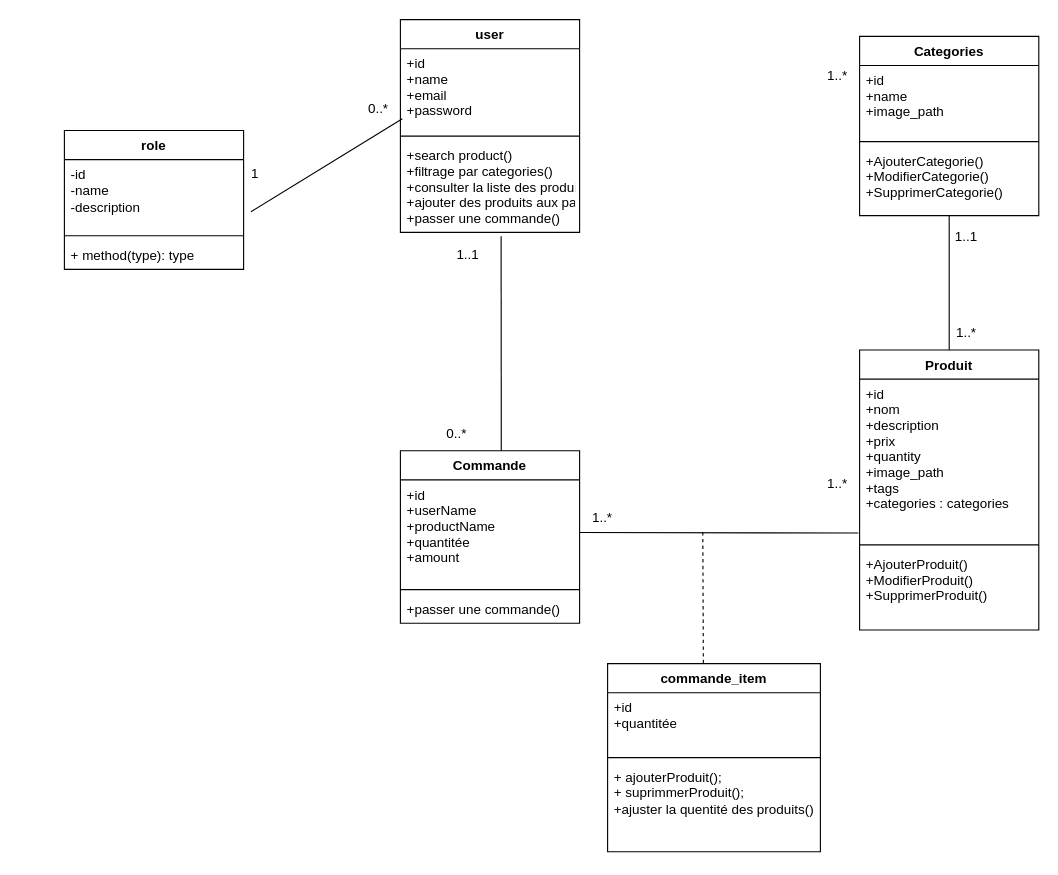
The draw.io diagram page "Page-1" (1 of 2) of conception/conception.drawio in AmeksaKhadija/YouShope-Backend, before the edit. Source tidied: cells renumbered, new cells numbered last; positions are measured from the earlier drawing's top-left corner, leaving out a move shared by most shapes. Both pictures are drawn from the tidied source at 112%, with x=0, y=0 at pixel (64, 19).
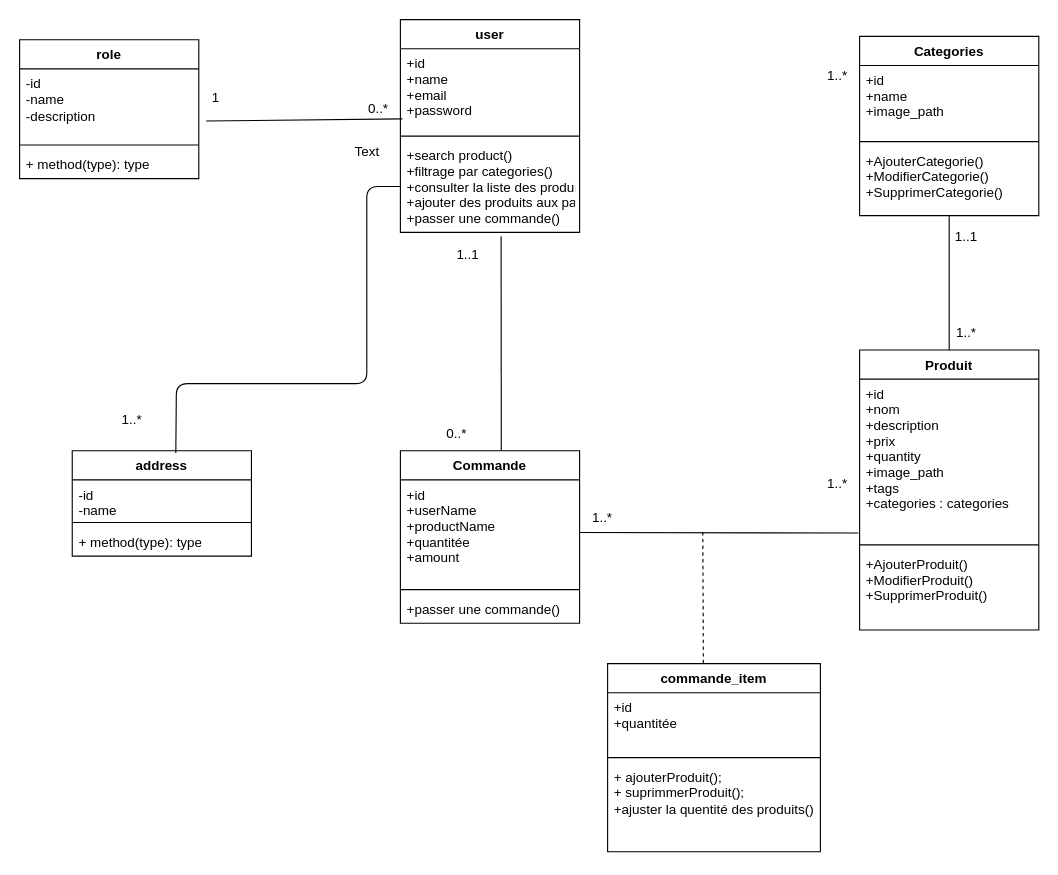
The same page after the edit.

Unchanged cells that the change refers to:
```xml
<mxCell id="17" value="+search product()&#10;+filtrage par categories()&#10;+consulter la liste des produits()&#10;+ajouter des produits aux panier()&#10;+passer une commande()" style="text;strokeColor=none;fillColor=none;align=left;verticalAlign=top;spacingLeft=4;spacingRight=4;overflow=hidden;points=[[0,0.5],[1,0.5]];portConstraint=eastwest;" parent="14" vertex="1">
  <mxGeometry y="108" width="160" height="82" as="geometry" />
</mxCell>
```

The edit, as a diff of the source:
```diff
@@
     <mxCell id="33" value="role" style="swimlane;fontStyle=1;align=center;verticalAlign=top;horizontal=1;startSize=26;whiteSpace=wrap;html=1;" parent="1" vertex="1">
-      <mxGeometry y="99" width="160" height="124" as="geometry" />
+      <mxGeometry x="-40" y="18" width="160" height="124" as="geometry" />
     </mxCell>
@@
     <mxCell id="38" value="1" style="text;html=1;align=center;verticalAlign=middle;strokeColor=none;fillColor=none;" parent="1" vertex="1">
-      <mxGeometry x="155" y="123" width="30" height="30" as="geometry" />
+      <mxGeometry x="120" y="55" width="30" height="30" as="geometry" />
     </mxCell>
@@
+    <mxCell id="40" value="address" style="swimlane;fontStyle=1;align=center;verticalAlign=top;horizontal=1;startSize=26;whiteSpace=wrap;html=1;" parent="1" vertex="1">
+      <mxGeometry x="7" y="385" width="160" height="94" as="geometry" />
+    </mxCell>
+    <mxCell id="41" value="-id&lt;div&gt;-name&lt;/div&gt;&lt;div&gt;&lt;br&gt;&lt;/div&gt;" style="text;strokeColor=none;fillColor=none;align=left;verticalAlign=top;spacingLeft=4;spacingRight=4;overflow=hidden;whiteSpace=wrap;html=1;" parent="40" vertex="1">
+      <mxGeometry y="26" width="160" height="34" as="geometry" />
+    </mxCell>
+    <mxCell id="42" style="line;strokeWidth=1;fillColor=none;align=left;verticalAlign=middle;spacingTop=-1;spacingLeft=3;spacingRight=3;labelPosition=right;strokeColor=inherit;" parent="40" vertex="1">
+      <mxGeometry y="60" width="160" height="8" as="geometry" />
+    </mxCell>
+    <mxCell id="43" value="+ method(type): type" style="text;strokeColor=none;fillColor=none;align=left;verticalAlign=top;spacingLeft=4;spacingRight=4;overflow=hidden;whiteSpace=wrap;html=1;" parent="40" vertex="1">
+      <mxGeometry y="68" width="160" height="26" as="geometry" />
+    </mxCell>
+    <mxCell id="44" style="endArrow=none;html=1;exitX=0.578;exitY=0.022;exitDx=0;exitDy=0;exitPerimeter=0;entryX=0;entryY=0.5;entryDx=0;entryDy=0;" parent="1" edge="1" source="40" target="17">
+      <mxGeometry relative="1" as="geometry">
+        <Array as="points">
+          <mxPoint x="100" y="325" />
+          <mxPoint x="270" y="325" />
+          <mxPoint x="270" y="149" />
+        </Array>
+      </mxGeometry>
+    </mxCell>
+    <mxCell id="45" value="1..*" style="text;html=1;align=center;verticalAlign=middle;strokeColor=none;fillColor=none;" parent="1" vertex="1">
+      <mxGeometry x="40" y="343" width="40" height="30" as="geometry" />
+    </mxCell>
+    <mxCell id="46" value="Text" style="text;html=1;align=center;verticalAlign=middle;strokeColor=none;fillColor=none;" parent="1" vertex="1">
+      <mxGeometry x="245" y="103" width="50" height="30" as="geometry" />
+    </mxCell>
```
